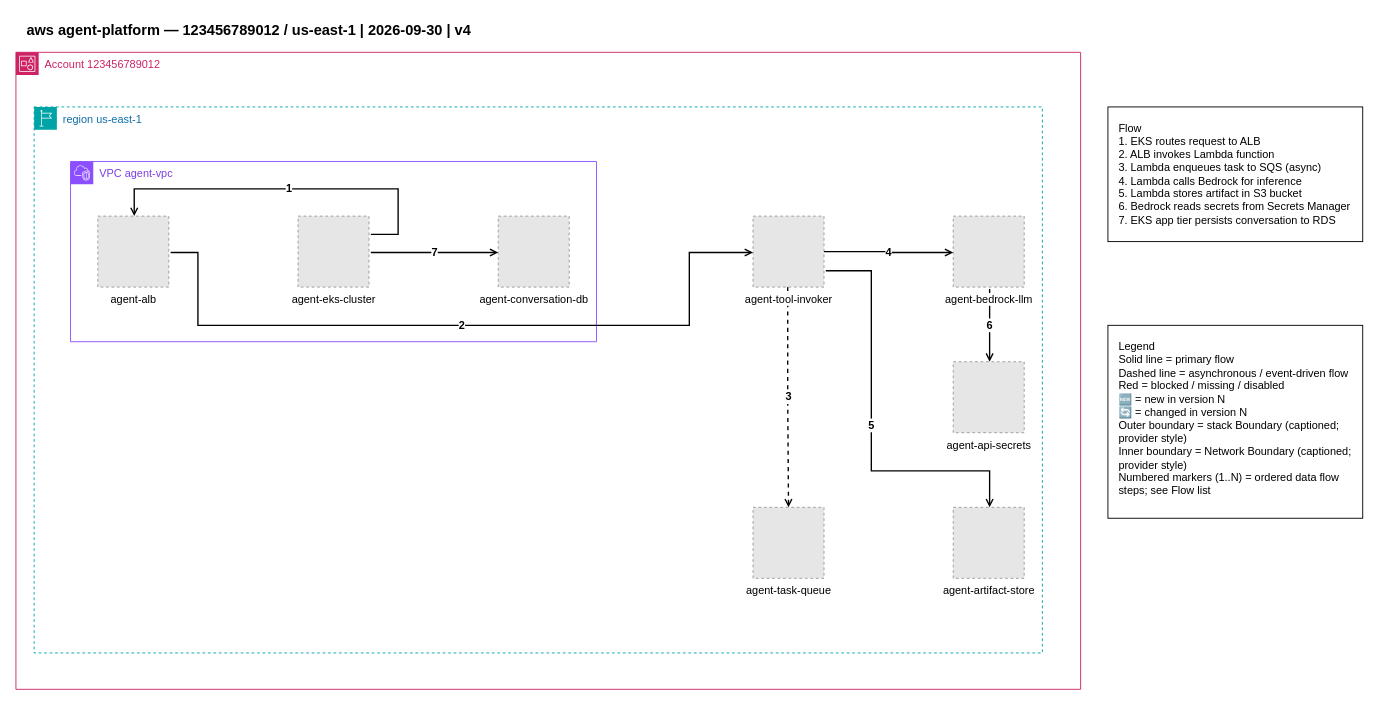
This is examples/aws/01-aws-agent-platform.drawio from totoshko88/Cloud_Architecture, a draw.io file, before an edit. Source tidied: cells renumbered, new cells numbered last; positions are measured from the earlier drawing's top-left corner, leaving out a move shared by most shapes. Both pictures are drawn from the tidied source at 91%, with x=0, y=0 at pixel (15, 15). Pictures stored in the file or linked from it are replaced by grey dashed boxes.
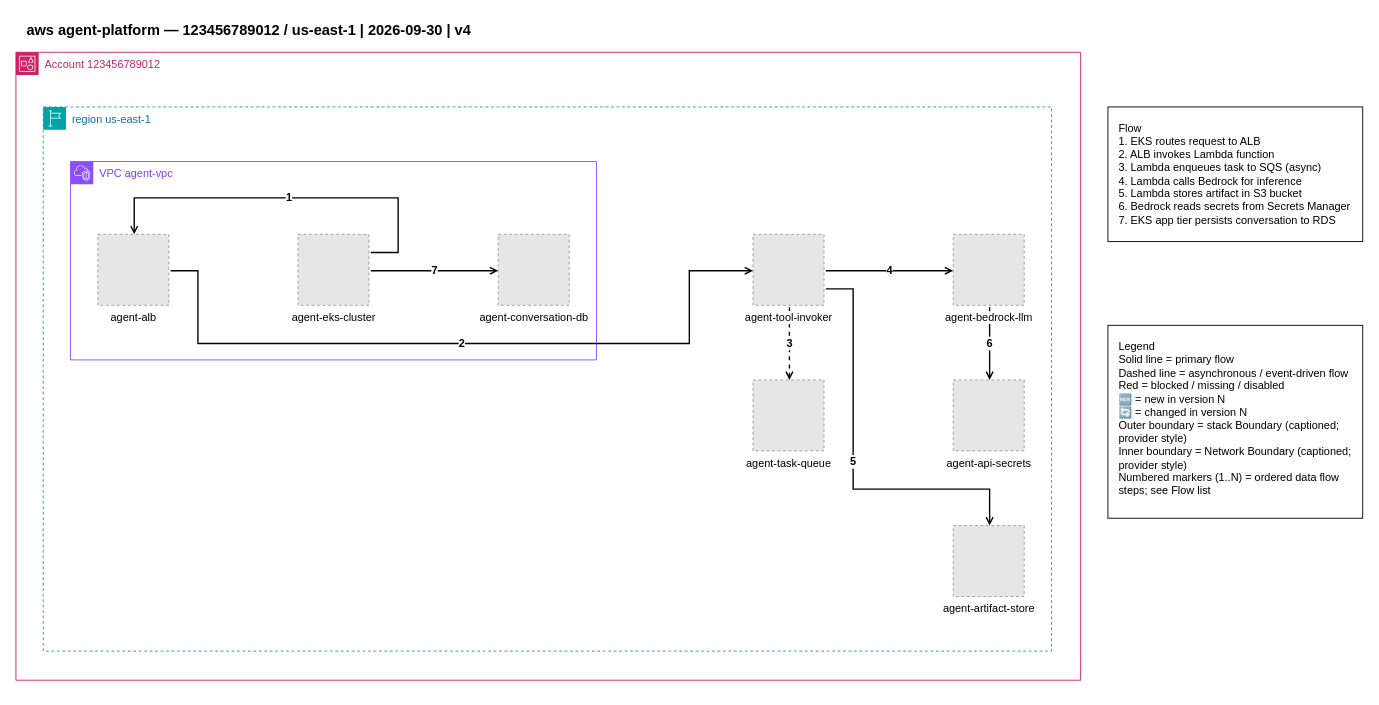
The same diagram, later.

Change to the diagram source:
```diff
@@
+    <mxCell id="5" value="aws agent-platform — 123456789012 / us-east-1 | 2026-09-30 | v4" style="text;html=1;strokeColor=none;fillColor=none;align=left;verticalAlign=middle;fontSize=16;fontStyle=1;" parent="1" vertex="1">
+      <mxGeometry x="10" width="900" height="30" as="geometry" />
+    </mxCell>
     <mxCell id="2" value="Account 123456789012" style="shape=mxgraph.aws4.group;grIcon=mxgraph.aws4.group_account;grStroke=1;fillColor=none;strokeColor=#CD2264;dashed=0;verticalAlign=top;align=left;spacingLeft=30;fontColor=#CD2264;fontSize=12;html=1;" parent="1" vertex="1">
-      <mxGeometry y="40" width="1170" height="700" as="geometry" />
+      <mxGeometry y="40" width="1170" height="690" as="geometry" />
     </mxCell>
     <mxCell id="3" value="region us-east-1" style="shape=mxgraph.aws4.group;grIcon=mxgraph.aws4.group_region;grStroke=1;fillColor=none;strokeColor=#00A4A6;dashed=1;verticalAlign=top;align=left;spacingLeft=30;fontColor=#0F6FA8;fontSize=12;html=1;" parent="1" vertex="1">
-      <mxGeometry x="20" y="100" width="1108" height="600" as="geometry" />
+      <mxGeometry x="30" y="100" width="1108" height="598" as="geometry" />
     </mxCell>
+    <mxCell id="6" value="VPC agent-vpc" style="shape=mxgraph.aws4.group;grIcon=mxgraph.aws4.group_vpc2;grStroke=1;fillColor=none;strokeColor=#8C4FFF;dashed=0;verticalAlign=top;align=left;spacingLeft=30;fontColor=#7B3FE4;fontSize=12;html=1;" parent="1" vertex="1">
+      <mxGeometry x="60" y="160" width="578" height="218" as="geometry" />
+    </mxCell>
-    <mxCell id="4" value="3" style="edgeStyle=orthogonalEdgeStyle;rounded=0;html=1;endArrow=open;endFill=0;strokeWidth=1.5;dashed=1;fontSize=12;fontStyle=1;exitX=0.489;exitY=0.997;exitDx=0;exitDy=0;exitPerimeter=0;" parent="1" edge="1" source="11" target="12">
+    <mxCell id="4" value="3" style="edgeStyle=orthogonalEdgeStyle;rounded=0;html=1;endArrow=open;endFill=0;strokeWidth=1.5;dashed=1;exitX=0.5128205128205128;exitY=1.0256410256410255;exitDx=0;exitDy=0;exitPerimeter=0;entryX=0.5128205128205128;entryY=0.0;entryDx=0;entryDy=0;fontSize=12;fontStyle=1;" parent="1" edge="1" source="11" target="12">
       <mxGeometry relative="1" as="geometry" />
     </mxCell>
-    <mxCell id="5" value="aws agent-platform — 123456789012 / us-east-1 | 2026-09-30 | v4" style="text;html=1;strokeColor=none;fillColor=none;align=left;verticalAlign=middle;fontSize=16;fontStyle=1;" parent="1" vertex="1">
-      <mxGeometry x="10" width="900" height="30" as="geometry" />
-    </mxCell>
-    <mxCell id="6" value="VPC agent-vpc" style="shape=mxgraph.aws4.group;grIcon=mxgraph.aws4.group_vpc2;grStroke=1;fillColor=none;strokeColor=#8C4FFF;dashed=0;verticalAlign=top;align=left;spacingLeft=30;fontColor=#7B3FE4;fontSize=12;html=1;" parent="1" vertex="1">
-      <mxGeometry x="60" y="160" width="578" height="198" as="geometry" />
-    </mxCell>
@@
     <mxCell id="8" value="agent-eks-cluster" style="fillColor=#E6E6E6;strokeColor=#999999;dashed=1;verticalLabelPosition=bottom;verticalAlign=top;html=1;align=center;fontSize=12;labelBackgroundColor=#FFFFFF;" parent="1" vertex="1">
-      <mxGeometry x="310" y="220" width="78" height="78" as="geometry" />
+      <mxGeometry x="310" y="240" width="78" height="78" as="geometry" />
     </mxCell>
     <mxCell id="9" value="agent-alb" style="fillColor=#E6E6E6;strokeColor=#999999;dashed=1;verticalLabelPosition=bottom;verticalAlign=top;html=1;align=center;fontSize=12;labelBackgroundColor=#FFFFFF;" parent="1" vertex="1">
-      <mxGeometry x="90" y="220" width="78" height="78" as="geometry" />
+      <mxGeometry x="90" y="240" width="78" height="78" as="geometry" />
     </mxCell>
     <mxCell id="10" value="agent-conversation-db" style="fillColor=#E6E6E6;strokeColor=#999999;dashed=1;verticalLabelPosition=bottom;verticalAlign=top;html=1;align=center;fontSize=12;labelBackgroundColor=#FFFFFF;" parent="1" vertex="1">
-      <mxGeometry x="530" y="220" width="78" height="78" as="geometry" />
+      <mxGeometry x="530" y="240" width="78" height="78" as="geometry" />
     </mxCell>
     <mxCell id="11" value="agent-tool-invoker" style="fillColor=#E6E6E6;strokeColor=#999999;dashed=1;verticalLabelPosition=bottom;verticalAlign=top;html=1;align=center;fontSize=12;labelBackgroundColor=#FFFFFF;" parent="1" vertex="1">
-      <mxGeometry x="810" y="220" width="78" height="78" as="geometry" />
+      <mxGeometry x="810" y="240" width="78" height="78" as="geometry" />
     </mxCell>
     <mxCell id="12" value="agent-task-queue" style="fillColor=#E6E6E6;strokeColor=#999999;dashed=1;verticalLabelPosition=bottom;verticalAlign=top;html=1;align=center;fontSize=12;labelBackgroundColor=#FFFFFF;" parent="1" vertex="1">
-      <mxGeometry x="810" y="540" width="78" height="78" as="geometry" />
+      <mxGeometry x="810" y="400" width="78" height="78" as="geometry" />
     </mxCell>
     <mxCell id="13" value="agent-bedrock-llm" style="fillColor=#E6E6E6;strokeColor=#999999;dashed=1;verticalLabelPosition=bottom;verticalAlign=top;html=1;align=center;fontSize=12;labelBackgroundColor=#FFFFFF;" parent="1" vertex="1">
-      <mxGeometry x="1030" y="220" width="78" height="78" as="geometry" />
+      <mxGeometry x="1030" y="240" width="78" height="78" as="geometry" />
     </mxCell>
     <mxCell id="14" value="agent-api-secrets" style="fillColor=#E6E6E6;strokeColor=#999999;dashed=1;verticalLabelPosition=bottom;verticalAlign=top;html=1;align=center;fontSize=12;labelBackgroundColor=#FFFFFF;" parent="1" vertex="1">
-      <mxGeometry x="1030" y="380" width="78" height="78" as="geometry" />
+      <mxGeometry x="1030" y="400" width="78" height="78" as="geometry" />
     </mxCell>
     <mxCell id="15" value="agent-artifact-store" style="fillColor=#E6E6E6;strokeColor=#999999;dashed=1;verticalLabelPosition=bottom;verticalAlign=top;html=1;align=center;fontSize=12;labelBackgroundColor=#FFFFFF;" parent="1" vertex="1">
-      <mxGeometry x="1030" y="540" width="78" height="78" as="geometry" />
+      <mxGeometry x="1030" y="560" width="78" height="78" as="geometry" />
     </mxCell>
     <mxCell id="16" value="1" style="edgeStyle=orthogonalEdgeStyle;rounded=0;html=1;endArrow=open;endFill=0;strokeWidth=1.5;exitX=1.0256410256410255;exitY=0.2564102564102564;exitDx=0;exitDy=0;exitPerimeter=0;entryX=0.5128205128205128;entryY=0.0;entryDx=0;entryDy=0;fontSize=12;fontStyle=1;" parent="1" edge="1" source="8" target="9">
       <mxGeometry relative="1" as="geometry">
         <Array as="points">
-          <mxPoint x="420" y="240" />
-          <mxPoint x="420" y="190" />
-          <mxPoint x="130" y="190" />
+          <mxPoint x="420" y="260" />
+          <mxPoint x="420" y="200" />
+          <mxPoint x="130" y="200" />
         </Array>
       </mxGeometry>
     </mxCell>
     <mxCell id="17" value="2" style="edgeStyle=orthogonalEdgeStyle;rounded=0;html=1;endArrow=open;endFill=0;strokeWidth=1.5;exitX=1.0256410256410255;exitY=0.5128205128205128;exitDx=0;exitDy=0;exitPerimeter=0;entryX=0.0;entryY=0.5128205128205128;entryDx=0;entryDy=0;fontSize=12;fontStyle=1;" parent="1" edge="1" source="9" target="11">
       <mxGeometry relative="1" as="geometry">
         <Array as="points">
-          <mxPoint x="200" y="260" />
-          <mxPoint x="200" y="340" />
-          <mxPoint x="740" y="340" />
-          <mxPoint x="740" y="260" />
+          <mxPoint x="200" y="280" />
+          <mxPoint x="200" y="360" />
+          <mxPoint x="740" y="360" />
+          <mxPoint x="740" y="280" />
         </Array>
       </mxGeometry>
     </mxCell>
-    <mxCell id="18" value="4" style="edgeStyle=orthogonalEdgeStyle;rounded=0;html=1;endArrow=open;endFill=0;strokeWidth=1.5;entryX=0.0;entryY=0.5128205128205128;entryDx=0;entryDy=0;fontSize=12;fontStyle=1;" parent="1" edge="1" source="11" target="13">
+    <mxCell id="18" value="4" style="edgeStyle=orthogonalEdgeStyle;rounded=0;html=1;endArrow=open;endFill=0;strokeWidth=1.5;exitX=1.0256410256410255;exitY=0.5128205128205128;exitDx=0;exitDy=0;exitPerimeter=0;entryX=0.0;entryY=0.5128205128205128;entryDx=0;entryDy=0;fontSize=12;fontStyle=1;" parent="1" edge="1" source="11" target="13">
       <mxGeometry relative="1" as="geometry" />
     </mxCell>
     <mxCell id="19" value="5" style="edgeStyle=orthogonalEdgeStyle;rounded=0;html=1;endArrow=open;endFill=0;strokeWidth=1.5;exitX=1.0256410256410255;exitY=0.7692307692307693;exitDx=0;exitDy=0;exitPerimeter=0;entryX=0.5128205128205128;entryY=0.0;entryDx=0;entryDy=0;fontSize=12;fontStyle=1;" parent="1" edge="1" source="11" target="15">
       <mxGeometry relative="1" as="geometry">
         <Array as="points">
-          <mxPoint x="940" y="280" />
-          <mxPoint x="940" y="500" />
-          <mxPoint x="1070" y="500" />
+          <mxPoint x="920" y="300" />
+          <mxPoint x="920" y="520" />
+          <mxPoint x="1070" y="520" />
         </Array>
       </mxGeometry>
     </mxCell>
```
